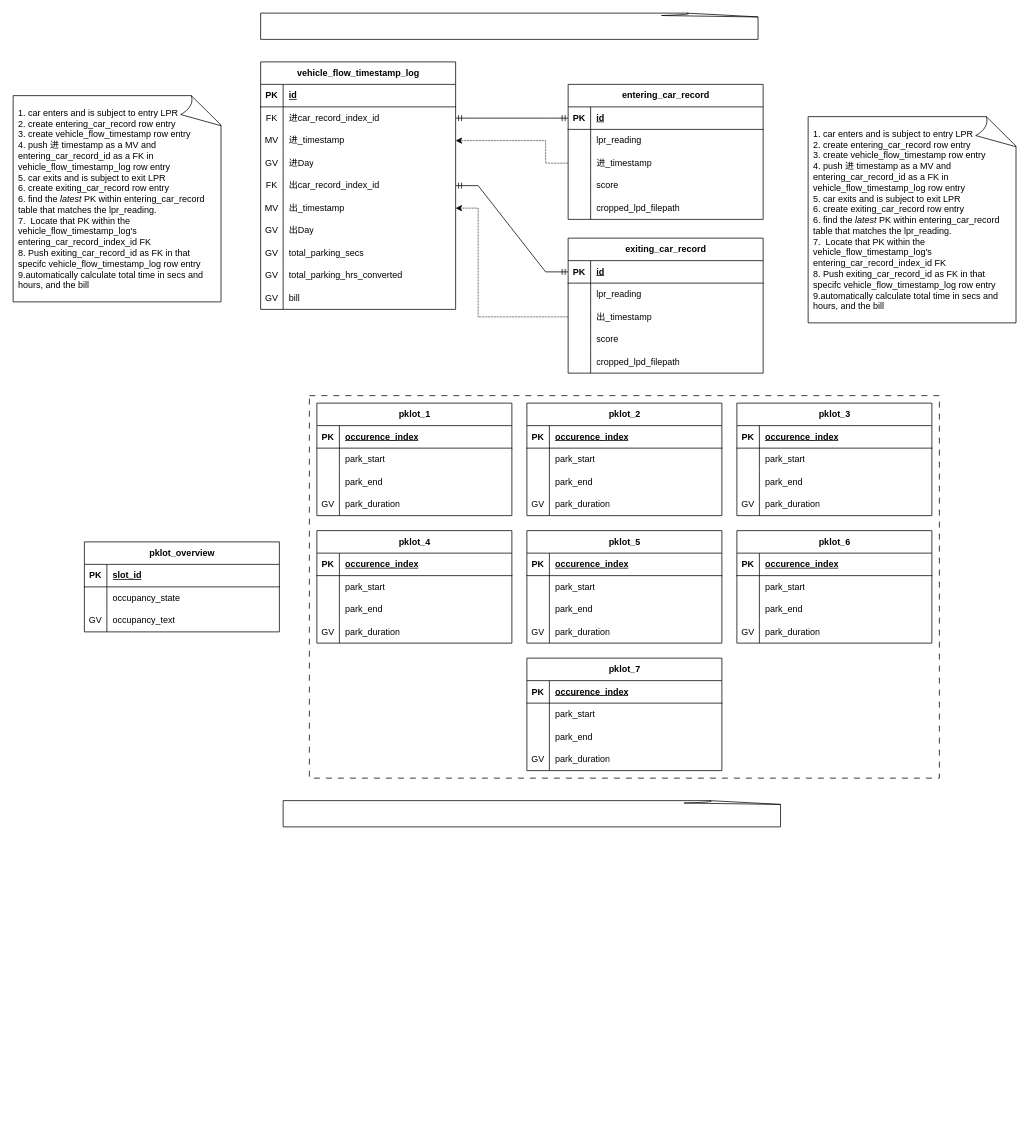
The draw.io diagram UECP_sql_schema_draft.drawio in j-coching/Parking-Management-BIM-Expt, before the edit. Source tidied: cells renumbered, new cells numbered last; positions are measured from the earlier drawing's top-left corner, leaving out a move shared by most shapes. Both pictures are drawn from the tidied source at 75%, with x=0, y=0 at pixel (13, 13).
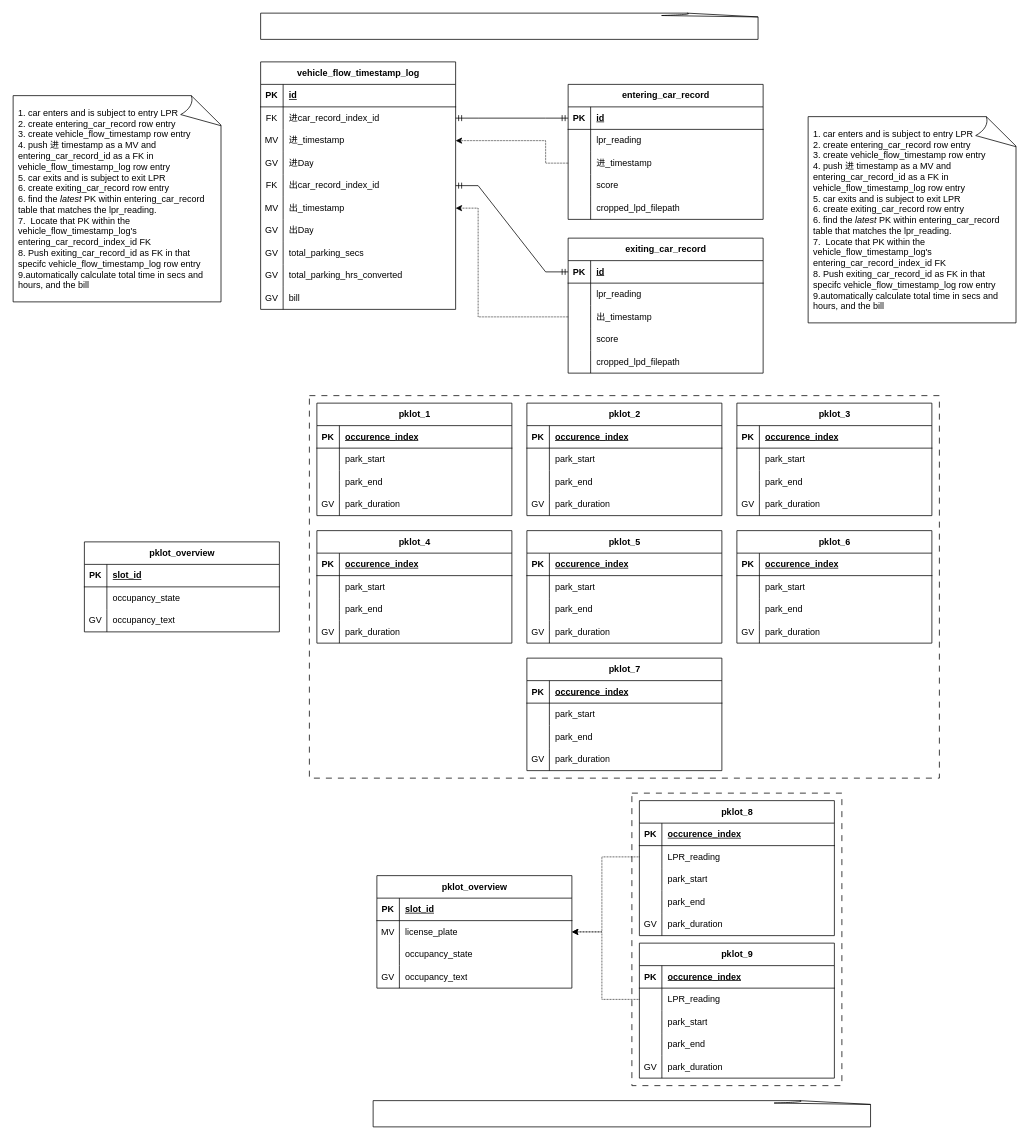
After the change.

Change to the diagram source:
```diff
@@
     <mxCell id="71" style="whiteSpace=wrap;html=1;shape=mxgraph.basic.document;align=left;spacingLeft=5;spacingRight=5;spacingTop=2;spacingBottom=2;" parent="1" vertex="1">
-      <mxGeometry x="360" y="1050" width="670" height="35" as="geometry" />
+      <mxGeometry x="480" y="1450" width="670" height="35" as="geometry" />
     </mxCell>
@@
+    <mxCell id="175" value="pklot_overview" style="shape=table;startSize=30;childLayout=tableLayout;rowLines=0;fontStyle=1;align=center;html=1;" parent="1" vertex="1">
+      <mxGeometry x="485" y="1150" width="260" height="150" as="geometry" />
+    </mxCell>
+    <mxCell id="176" style="shape=tableRow;horizontal=0;startSize=0;swimlaneHead=0;swimlaneBody=0;fillColor=none;top=0;left=0;right=0;bottom=1;" parent="175" vertex="1">
+      <mxGeometry y="30" width="260" height="30" as="geometry" />
+    </mxCell>
+    <mxCell id="177" value="PK" style="shape=partialRectangle;fillColor=none;top=0;left=0;bottom=0;right=0;fontStyle=1;overflow=hidden;whiteSpace=wrap;html=1;" parent="176" vertex="1">
+      <mxGeometry width="30" height="30" as="geometry" />
+    </mxCell>
+    <mxCell id="178" value="slot_id" style="shape=partialRectangle;fillColor=none;top=0;left=0;bottom=0;right=0;align=left;spacingLeft=6;fontStyle=5;overflow=hidden;whiteSpace=wrap;html=1;" parent="176" vertex="1">
+      <mxGeometry x="30" width="230" height="30" as="geometry" />
+    </mxCell>
+    <mxCell id="179" style="shape=tableRow;horizontal=0;startSize=0;swimlaneHead=0;swimlaneBody=0;fillColor=none;points=[[0,0.5],[1,0.5]];portConstraint=eastwest;top=0;left=0;right=0;bottom=0;" parent="175" vertex="1">
+      <mxGeometry y="60" width="260" height="30" as="geometry" />
+    </mxCell>
+    <mxCell id="180" value="MV" style="shape=partialRectangle;fillColor=none;top=0;left=0;bottom=0;right=0;overflow=hidden;whiteSpace=wrap;html=1;" parent="179" vertex="1">
+      <mxGeometry width="30" height="30" as="geometry" />
+    </mxCell>
+    <mxCell id="181" value="license_plate" style="shape=partialRectangle;fillColor=none;top=0;left=0;bottom=0;right=0;align=left;spacingLeft=6;overflow=hidden;whiteSpace=wrap;html=1;" parent="179" vertex="1">
+      <mxGeometry x="30" width="230" height="30" as="geometry" />
+    </mxCell>
+    <mxCell id="182" style="shape=tableRow;horizontal=0;startSize=0;swimlaneHead=0;swimlaneBody=0;fillColor=none;top=0;left=0;right=0;bottom=0;" parent="175" vertex="1">
+      <mxGeometry y="90" width="260" height="30" as="geometry" />
+    </mxCell>
+    <mxCell id="183" style="shape=partialRectangle;fillColor=none;top=0;left=0;bottom=0;right=0;overflow=hidden;whiteSpace=wrap;html=1;" parent="182" vertex="1">
+      <mxGeometry width="30" height="30" as="geometry" />
+    </mxCell>
+    <mxCell id="184" value="occupancy_state" style="shape=partialRectangle;fillColor=none;top=0;left=0;bottom=0;right=0;align=left;spacingLeft=6;overflow=hidden;whiteSpace=wrap;html=1;" parent="182" vertex="1">
+      <mxGeometry x="30" width="230" height="30" as="geometry" />
+    </mxCell>
+    <mxCell id="185" style="shape=tableRow;horizontal=0;startSize=0;swimlaneHead=0;swimlaneBody=0;fillColor=none;top=0;left=0;right=0;bottom=0;" parent="175" vertex="1">
+      <mxGeometry y="120" width="260" height="30" as="geometry" />
+    </mxCell>
+    <mxCell id="186" value="GV" style="shape=partialRectangle;fillColor=none;top=0;left=0;bottom=0;right=0;overflow=hidden;whiteSpace=wrap;html=1;" parent="185" vertex="1">
+      <mxGeometry width="30" height="30" as="geometry" />
+    </mxCell>
+    <mxCell id="187" value="occupancy_text" style="shape=partialRectangle;fillColor=none;top=0;left=0;bottom=0;right=0;align=left;spacingLeft=6;overflow=hidden;whiteSpace=wrap;html=1;" parent="185" vertex="1">
+      <mxGeometry x="30" width="230" height="30" as="geometry" />
+    </mxCell>
+    <mxCell id="188" value="pklot_8" style="shape=table;startSize=30;childLayout=tableLayout;rowLines=0;fontStyle=1;align=center;html=1;" parent="1" vertex="1">
+      <mxGeometry x="835" y="1050" width="260" height="180" as="geometry" />
+    </mxCell>
+    <mxCell id="189" style="shape=tableRow;horizontal=0;startSize=0;swimlaneHead=0;swimlaneBody=0;fillColor=none;top=0;left=0;right=0;bottom=1;" parent="188" vertex="1">
+      <mxGeometry y="30" width="260" height="30" as="geometry" />
+    </mxCell>
+    <mxCell id="190" value="PK" style="shape=partialRectangle;fillColor=none;top=0;left=0;bottom=0;right=0;fontStyle=1;overflow=hidden;whiteSpace=wrap;html=1;" parent="189" vertex="1">
+      <mxGeometry width="30" height="30" as="geometry" />
+    </mxCell>
+    <mxCell id="191" value="occurence_index" style="shape=partialRectangle;fillColor=none;top=0;left=0;bottom=0;right=0;align=left;spacingLeft=6;fontStyle=5;overflow=hidden;whiteSpace=wrap;html=1;" parent="189" vertex="1">
+      <mxGeometry x="30" width="230" height="30" as="geometry" />
+    </mxCell>
+    <mxCell id="192" style="shape=tableRow;horizontal=0;startSize=0;swimlaneHead=0;swimlaneBody=0;fillColor=none;points=[[0,0.5],[1,0.5]];portConstraint=eastwest;top=0;left=0;right=0;bottom=0;" parent="188" vertex="1">
+      <mxGeometry y="60" width="260" height="30" as="geometry" />
+    </mxCell>
+    <mxCell id="193" style="shape=partialRectangle;fillColor=none;top=0;left=0;bottom=0;right=0;overflow=hidden;whiteSpace=wrap;html=1;" parent="192" vertex="1">
+      <mxGeometry width="30" height="30" as="geometry" />
+    </mxCell>
+    <mxCell id="194" value="LPR_reading&amp;nbsp;" style="shape=partialRectangle;fillColor=none;top=0;left=0;bottom=0;right=0;align=left;spacingLeft=6;overflow=hidden;whiteSpace=wrap;html=1;" parent="192" vertex="1">
+      <mxGeometry x="30" width="230" height="30" as="geometry" />
+    </mxCell>
+    <mxCell id="195" style="shape=tableRow;horizontal=0;startSize=0;swimlaneHead=0;swimlaneBody=0;fillColor=none;top=0;left=0;right=0;bottom=0;" parent="188" vertex="1">
+      <mxGeometry y="90" width="260" height="30" as="geometry" />
+    </mxCell>
+    <mxCell id="196" style="shape=partialRectangle;fillColor=none;top=0;left=0;bottom=0;right=0;overflow=hidden;whiteSpace=wrap;html=1;" parent="195" vertex="1">
+      <mxGeometry width="30" height="30" as="geometry" />
+    </mxCell>
+    <mxCell id="197" value="park_start" style="shape=partialRectangle;fillColor=none;top=0;left=0;bottom=0;right=0;align=left;spacingLeft=6;overflow=hidden;whiteSpace=wrap;html=1;" parent="195" vertex="1">
+      <mxGeometry x="30" width="230" height="30" as="geometry" />
+    </mxCell>
+    <mxCell id="198" style="shape=tableRow;horizontal=0;startSize=0;swimlaneHead=0;swimlaneBody=0;fillColor=none;top=0;left=0;right=0;bottom=0;" parent="188" vertex="1">
+      <mxGeometry y="120" width="260" height="30" as="geometry" />
+    </mxCell>
+    <mxCell id="199" style="shape=partialRectangle;fillColor=none;top=0;left=0;bottom=0;right=0;overflow=hidden;whiteSpace=wrap;html=1;" parent="198" vertex="1">
+      <mxGeometry width="30" height="30" as="geometry" />
+    </mxCell>
+    <mxCell id="200" value="park_end" style="shape=partialRectangle;fillColor=none;top=0;left=0;bottom=0;right=0;align=left;spacingLeft=6;overflow=hidden;whiteSpace=wrap;html=1;" parent="198" vertex="1">
+      <mxGeometry x="30" width="230" height="30" as="geometry" />
+    </mxCell>
+    <mxCell id="201" style="shape=tableRow;horizontal=0;startSize=0;swimlaneHead=0;swimlaneBody=0;fillColor=none;top=0;left=0;right=0;bottom=0;" parent="188" vertex="1">
+      <mxGeometry y="150" width="260" height="30" as="geometry" />
+    </mxCell>
+    <mxCell id="202" value="GV" style="shape=partialRectangle;fillColor=none;top=0;left=0;bottom=0;right=0;overflow=hidden;whiteSpace=wrap;html=1;" parent="201" vertex="1">
+      <mxGeometry width="30" height="30" as="geometry" />
+    </mxCell>
+    <mxCell id="203" value="park_duration" style="shape=partialRectangle;fillColor=none;top=0;left=0;bottom=0;right=0;align=left;spacingLeft=6;overflow=hidden;whiteSpace=wrap;html=1;" parent="201" vertex="1">
+      <mxGeometry x="30" width="230" height="30" as="geometry" />
+    </mxCell>
+    <mxCell id="204" value="pklot_9" style="shape=table;startSize=30;childLayout=tableLayout;rowLines=0;fontStyle=1;align=center;html=1;" parent="1" vertex="1">
+      <mxGeometry x="835" y="1240" width="260" height="180" as="geometry" />
+    </mxCell>
+    <mxCell id="205" style="shape=tableRow;horizontal=0;startSize=0;swimlaneHead=0;swimlaneBody=0;fillColor=none;top=0;left=0;right=0;bottom=1;" parent="204" vertex="1">
+      <mxGeometry y="30" width="260" height="30" as="geometry" />
+    </mxCell>
+    <mxCell id="206" value="PK" style="shape=partialRectangle;fillColor=none;top=0;left=0;bottom=0;right=0;fontStyle=1;overflow=hidden;whiteSpace=wrap;html=1;" parent="205" vertex="1">
+      <mxGeometry width="30" height="30" as="geometry" />
+    </mxCell>
+    <mxCell id="207" value="occurence_index" style="shape=partialRectangle;fillColor=none;top=0;left=0;bottom=0;right=0;align=left;spacingLeft=6;fontStyle=5;overflow=hidden;whiteSpace=wrap;html=1;" parent="205" vertex="1">
+      <mxGeometry x="30" width="230" height="30" as="geometry" />
+    </mxCell>
+    <mxCell id="208" style="shape=tableRow;horizontal=0;startSize=0;swimlaneHead=0;swimlaneBody=0;fillColor=none;points=[[0,0.5],[1,0.5]];portConstraint=eastwest;top=0;left=0;right=0;bottom=0;" parent="204" vertex="1">
+      <mxGeometry y="60" width="260" height="30" as="geometry" />
+    </mxCell>
+    <mxCell id="209" style="shape=partialRectangle;fillColor=none;top=0;left=0;bottom=0;right=0;overflow=hidden;whiteSpace=wrap;html=1;" parent="208" vertex="1">
+      <mxGeometry width="30" height="30" as="geometry" />
+    </mxCell>
+    <mxCell id="210" value="LPR_reading" style="shape=partialRectangle;fillColor=none;top=0;left=0;bottom=0;right=0;align=left;spacingLeft=6;overflow=hidden;whiteSpace=wrap;html=1;" parent="208" vertex="1">
+      <mxGeometry x="30" width="230" height="30" as="geometry" />
+    </mxCell>
+    <mxCell id="211" style="shape=tableRow;horizontal=0;startSize=0;swimlaneHead=0;swimlaneBody=0;fillColor=none;top=0;left=0;right=0;bottom=0;" parent="204" vertex="1">
+      <mxGeometry y="90" width="260" height="30" as="geometry" />
+    </mxCell>
+    <mxCell id="212" style="shape=partialRectangle;fillColor=none;top=0;left=0;bottom=0;right=0;overflow=hidden;whiteSpace=wrap;html=1;" parent="211" vertex="1">
+      <mxGeometry width="30" height="30" as="geometry" />
+    </mxCell>
+    <mxCell id="213" value="park_start" style="shape=partialRectangle;fillColor=none;top=0;left=0;bottom=0;right=0;align=left;spacingLeft=6;overflow=hidden;whiteSpace=wrap;html=1;" parent="211" vertex="1">
+      <mxGeometry x="30" width="230" height="30" as="geometry" />
+    </mxCell>
+    <mxCell id="214" style="shape=tableRow;horizontal=0;startSize=0;swimlaneHead=0;swimlaneBody=0;fillColor=none;top=0;left=0;right=0;bottom=0;" parent="204" vertex="1">
+      <mxGeometry y="120" width="260" height="30" as="geometry" />
+    </mxCell>
+    <mxCell id="215" style="shape=partialRectangle;fillColor=none;top=0;left=0;bottom=0;right=0;overflow=hidden;whiteSpace=wrap;html=1;" parent="214" vertex="1">
+      <mxGeometry width="30" height="30" as="geometry" />
+    </mxCell>
+    <mxCell id="216" value="park_end" style="shape=partialRectangle;fillColor=none;top=0;left=0;bottom=0;right=0;align=left;spacingLeft=6;overflow=hidden;whiteSpace=wrap;html=1;" parent="214" vertex="1">
+      <mxGeometry x="30" width="230" height="30" as="geometry" />
+    </mxCell>
+    <mxCell id="217" style="shape=tableRow;horizontal=0;startSize=0;swimlaneHead=0;swimlaneBody=0;fillColor=none;top=0;left=0;right=0;bottom=0;" parent="204" vertex="1">
+      <mxGeometry y="150" width="260" height="30" as="geometry" />
+    </mxCell>
+    <mxCell id="218" value="GV" style="shape=partialRectangle;fillColor=none;top=0;left=0;bottom=0;right=0;overflow=hidden;whiteSpace=wrap;html=1;" parent="217" vertex="1">
+      <mxGeometry width="30" height="30" as="geometry" />
+    </mxCell>
+    <mxCell id="219" value="park_duration" style="shape=partialRectangle;fillColor=none;top=0;left=0;bottom=0;right=0;align=left;spacingLeft=6;overflow=hidden;whiteSpace=wrap;html=1;" parent="217" vertex="1">
+      <mxGeometry x="30" width="230" height="30" as="geometry" />
+    </mxCell>
+    <mxCell id="220" style="edgeStyle=orthogonalEdgeStyle;rounded=0;jettySize=auto;html=1;dashed=1;dashPattern=1 1;entryX=1;entryY=0.5;entryDx=0;entryDy=0;exitX=0;exitY=0.5;exitDx=0;exitDy=0;" parent="1" edge="1" source="208" target="179">
+      <mxGeometry relative="1" as="geometry">
+        <Array as="points">
+          <mxPoint x="785" y="1315" />
+          <mxPoint x="785" y="1225" />
+        </Array>
+      </mxGeometry>
+    </mxCell>
+    <mxCell id="221" style="edgeStyle=orthogonalEdgeStyle;rounded=0;jettySize=auto;html=1;dashed=1;dashPattern=1 1;entryX=1;entryY=0.5;entryDx=0;entryDy=0;exitX=0;exitY=0.5;exitDx=0;exitDy=0;" parent="1" edge="1" source="192" target="179">
+      <mxGeometry relative="1" as="geometry">
+        <Array as="points">
+          <mxPoint x="785" y="1125" />
+          <mxPoint x="785" y="1225" />
+        </Array>
+      </mxGeometry>
+    </mxCell>
+    <mxCell id="222" style="rounded=0;whiteSpace=wrap;html=1;fillColor=none;dashed=1;dashPattern=8 8;" parent="1" vertex="1">
+      <mxGeometry x="825" y="1040" width="280" height="390" as="geometry" />
+    </mxCell>
```
